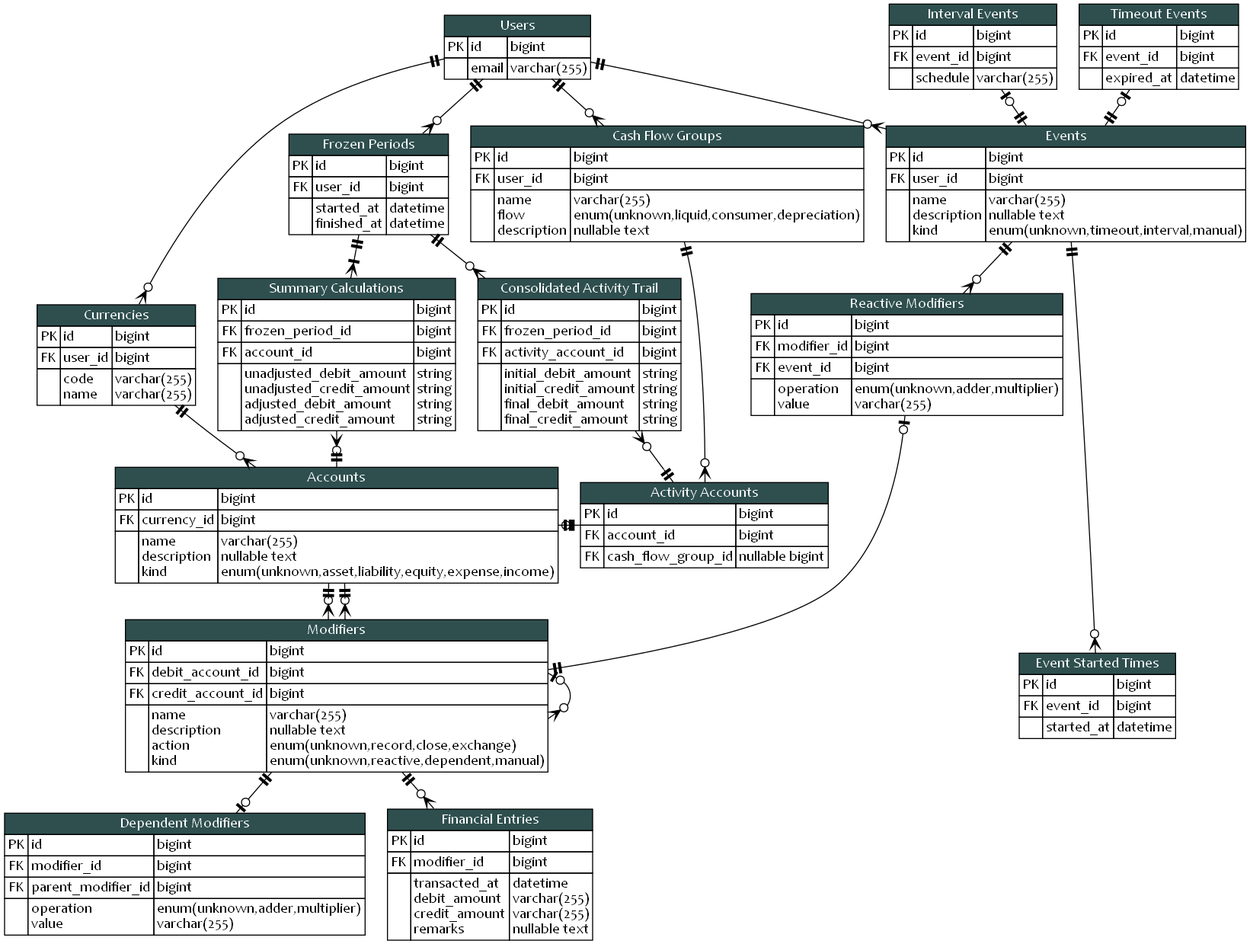
This is blueprint/erd.png from KennethTrecy/peratorakka_server, a Graphviz export, as it was before one commit. Its source is kept beside it as blueprint/erd.dot.
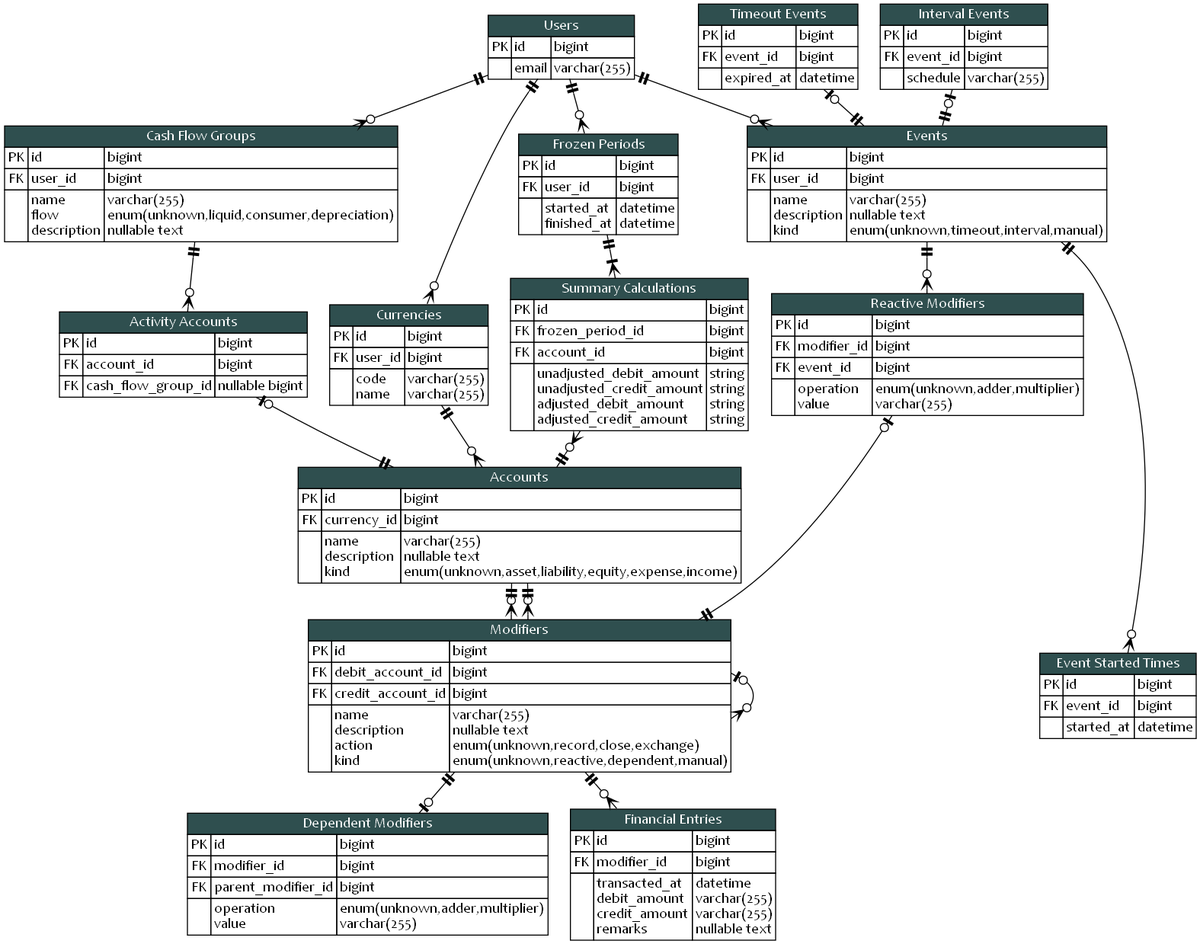
The same diagram one commit later.

Commit message:
docs(blueprint): remove extra table

Change to the diagram source:
```diff
@@ -535,49 +535,6 @@
 			</table>
 			>
 		]
-		consolidated_activity_trail [
-			label = <
-			<table cellspacing="0" border="0" cellborder="1">
-				<tr>
-					<td colspan="3" bgcolor="darkslategray">
-						<font color="white">
-							Consolidated Activity Trail
-						</font>
-					</td>
-				</tr>
-				<tr>
-					<td>PK</td>
-					<td align="left">id</td>
-					<td align="left">bigint</td>
-				</tr>
-				<tr>
-					<td>FK</td>
-					<td align="left">frozen_period_id</td>
-					<td align="left">bigint</td>
-				</tr>
-				<tr>
-					<td>FK</td>
-					<td align="left">activity_account_id</td>
-					<td align="left">bigint</td>
-				</tr>
-				<tr>
-					<td></td>
-					<td align="left">
-						initial_debit_amount<br align="left"/>
-						initial_credit_amount<br align="left"/>
-						final_debit_amount<br align="left"/>
-						final_credit_amount<br align="left"/>
-					</td>
-					<td align="left">
-						string<br align="left"/>
-						string<br align="left"/>
-						string<br align="left"/>
-						string<br align="left"/>
-					</td>
-				</tr>
-			</table>
-			>
-		]
 	}
 
 	edge [ dir = "both" ]
@@ -612,8 +569,6 @@
 		modifiers -> financial_entries
 		users -> frozen_periods
 		accounts -> summary_calculations
-		frozen_periods -> consolidated_activity_trail
-		activity_accounts -> consolidated_activity_trail
 	}
 
 	{
@@ -653,13 +608,12 @@
 		currencies
 		reactive_modifiers
 		summary_calculations
-		consolidated_activity_trail
+		activity_accounts
 	}
 
 	{
 		rank = same;
 		accounts
-		activity_accounts
 	}
 
 	{
```
